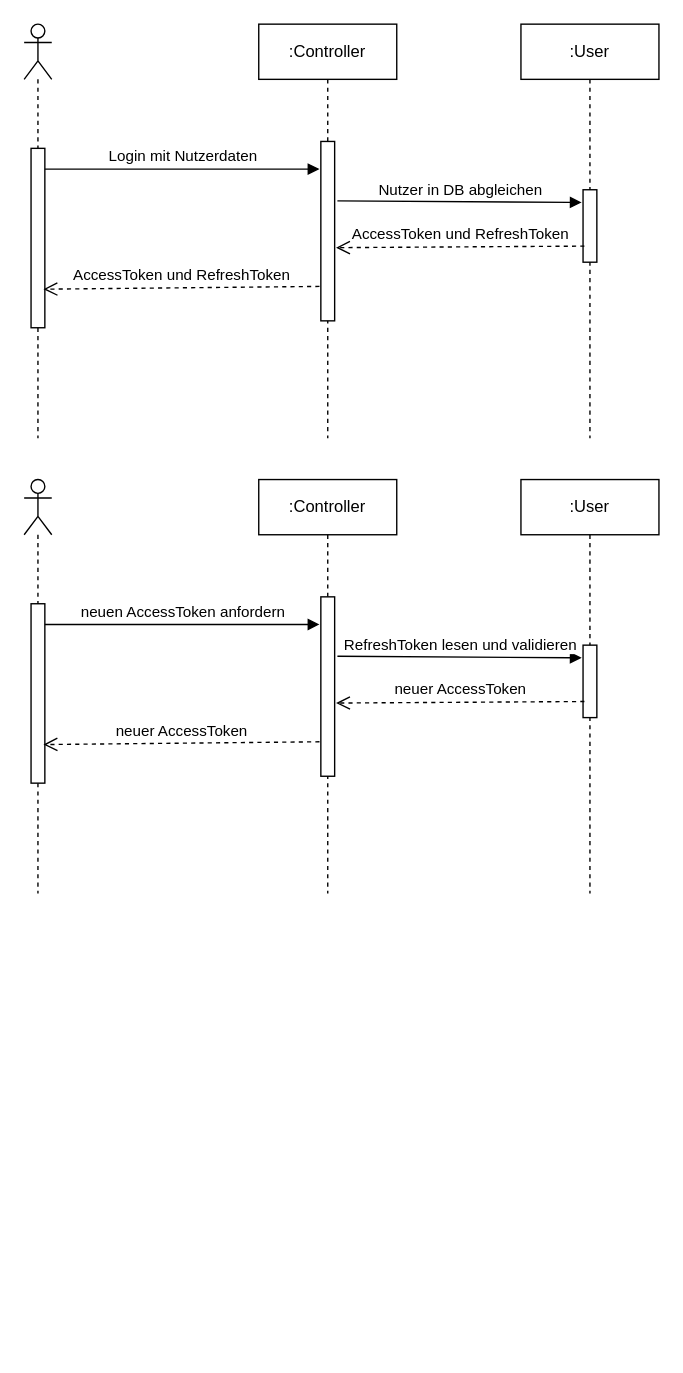
Before: Zugriffsverwaltung/Sequenz.drawio in Lektro9/Verwaltungstool, a draw.io diagram. Source tidied: cells renumbered, new cells numbered last; positions are measured from the earlier drawing's top-left corner, leaving out a move shared by most shapes. Both pictures are drawn from the tidied source at 138%, with x=0, y=0 at pixel (23, 23).
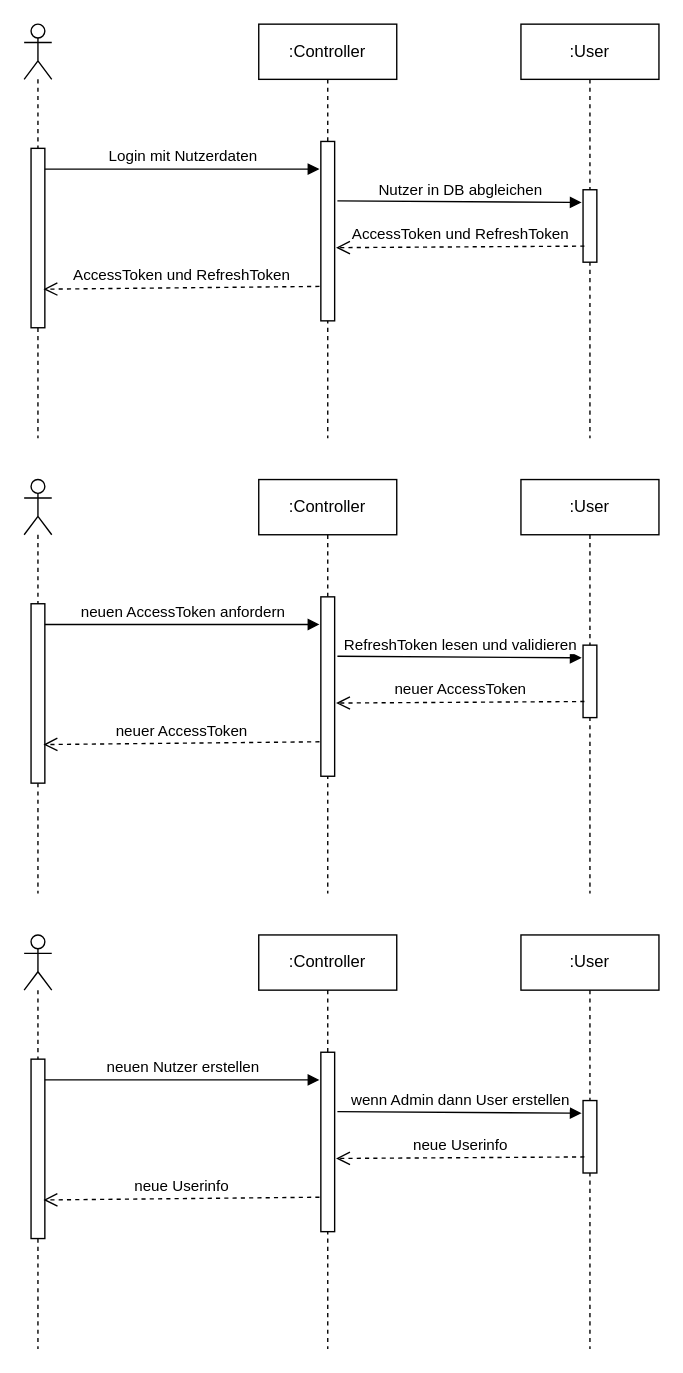
The same diagram, later.

What changed in the source:
```diff
@@
+    <mxCell id="22" style="shape=umlLifeline;participant=umlActor;perimeter=lifelinePerimeter;whiteSpace=wrap;html=1;verticalAlign=top;spacingTop=36;" parent="1" vertex="1">
+      <mxGeometry y="660" width="20" height="300" as="geometry" />
+    </mxCell>
+    <mxCell id="23" style="html=1;points=[];perimeter=orthogonalPerimeter;" parent="22" vertex="1">
+      <mxGeometry x="5" y="90" width="10" height="130" as="geometry" />
+    </mxCell>
+    <mxCell id="24" value=":Controller" style="shape=umlLifeline;perimeter=lifelinePerimeter;whiteSpace=wrap;html=1;" parent="1" vertex="1">
+      <mxGeometry x="170" y="660" width="100" height="300" as="geometry" />
+    </mxCell>
+    <mxCell id="25" style="html=1;points=[];perimeter=orthogonalPerimeter;" parent="24" vertex="1">
+      <mxGeometry x="45" y="85" width="10" height="130" as="geometry" />
+    </mxCell>
+    <mxCell id="26" value=":User" style="shape=umlLifeline;perimeter=lifelinePerimeter;whiteSpace=wrap;html=1;" parent="1" vertex="1">
+      <mxGeometry x="360" y="660" width="100" height="300" as="geometry" />
+    </mxCell>
+    <mxCell id="27" style="html=1;points=[];perimeter=orthogonalPerimeter;" parent="26" vertex="1">
+      <mxGeometry x="45" y="120" width="10" height="52.5" as="geometry" />
+    </mxCell>
+    <mxCell id="28" value="neuen Nutzer erstellen" style="html=1;verticalAlign=bottom;endArrow=block;entryX=-0.1;entryY=0.154;entryDx=0;entryDy=0;entryPerimeter=0;" parent="1" edge="1" source="23" target="25">
+      <mxGeometry relative="1" as="geometry" />
+    </mxCell>
+    <mxCell id="29" value="neue Userinfo" style="html=1;verticalAlign=bottom;endArrow=open;dashed=1;endSize=8;entryX=0.9;entryY=0.785;entryDx=0;entryDy=0;entryPerimeter=0;exitX=-0.1;exitY=0.808;exitDx=0;exitDy=0;exitPerimeter=0;" parent="1" edge="1" source="25" target="23">
+      <mxGeometry relative="1" as="geometry" />
+    </mxCell>
+    <mxCell id="30" value="wenn Admin dann User erstellen" style="html=1;verticalAlign=bottom;endArrow=block;entryX=-0.1;entryY=0.175;entryDx=0;entryDy=0;entryPerimeter=0;exitX=1.2;exitY=0.331;exitDx=0;exitDy=0;exitPerimeter=0;" parent="1" edge="1" source="25" target="27">
+      <mxGeometry relative="1" as="geometry" />
+    </mxCell>
+    <mxCell id="31" value="neue Userinfo" style="html=1;verticalAlign=bottom;endArrow=open;dashed=1;endSize=8;entryX=1.1;entryY=0.592;entryDx=0;entryDy=0;entryPerimeter=0;exitX=0.1;exitY=0.778;exitDx=0;exitDy=0;exitPerimeter=0;" parent="1" edge="1" source="27" target="25">
+      <mxGeometry relative="1" as="geometry" />
+    </mxCell>
```
